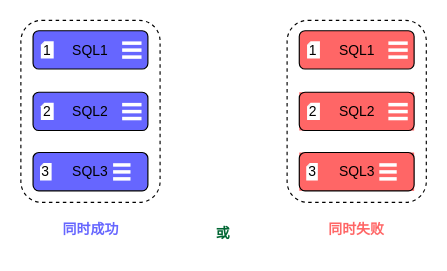
Above: page "事务4" (19 of 20) of mysql.drawio in letengzz/Drawing (draw.io), before the change. Source tidied: cells renumbered, new cells numbered last; positions are measured from the earlier drawing's top-left corner, leaving out a move shared by most shapes. Both pictures are drawn from the tidied source at 116%, with x=0, y=0 at pixel (21, 20).
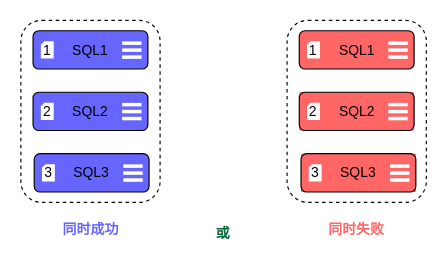
After the change.

Diff of the diagram source:
```diff
@@
+    <mxCell id="21" style="rounded=1;whiteSpace=wrap;html=1;fillColor=none;dashed=1;" parent="1" vertex="1">
+      <mxGeometry x="-0.5" width="120" height="157" as="geometry" />
+    </mxCell>
@@
     <mxCell id="3" style="group;" parent="1" vertex="1">
-      <mxGeometry x="10" y="9" width="99" height="33" as="geometry" />
+      <mxGeometry x="10" y="9" width="237" height="106" as="geometry" />
     </mxCell>
@@
-    <mxCell id="15" style="group;" parent="1" vertex="1">
-      <mxGeometry x="10" y="114" width="99" height="33" as="geometry" />
-    </mxCell>
-    <mxCell id="16" value="SQL3" style="rounded=1;whiteSpace=wrap;html=1;fillColor=#6666FF;" parent="15" vertex="1">
-      <mxGeometry width="99" height="33" as="geometry" />
-    </mxCell>
-    <mxCell id="17" value="3" style="shape=note;whiteSpace=wrap;html=1;backgroundOutline=1;darkOpacity=0.05;rotation=0;flipV=0;flipH=1;size=3;strokeColor=none;gradientColor=none;fillColor=#FFFFFF;" parent="15" vertex="1">
-      <mxGeometry x="6" y="9" width="10" height="15" as="geometry" />
-    </mxCell>
-    <mxCell id="18" style="rounded=0;whiteSpace=wrap;html=1;strokeColor=none;" parent="15" vertex="1">
-      <mxGeometry x="69" y="9.2" width="15" height="3" as="geometry" />
-    </mxCell>
-    <mxCell id="19" style="rounded=0;whiteSpace=wrap;html=1;strokeColor=none;" parent="15" vertex="1">
-      <mxGeometry x="69" y="15.2" width="15" height="3" as="geometry" />
-    </mxCell>
-    <mxCell id="20" style="rounded=0;whiteSpace=wrap;html=1;strokeColor=none;" parent="15" vertex="1">
-      <mxGeometry x="69" y="21.2" width="15" height="3" as="geometry" />
-    </mxCell>
-    <mxCell id="21" style="rounded=1;whiteSpace=wrap;html=1;fillColor=none;dashed=1;" parent="1" vertex="1">
-      <mxGeometry x="-0.5" width="120" height="157" as="geometry" />
-    </mxCell>
@@
-    <mxCell id="35" style="group;fillColor=#FF6666;" parent="1" vertex="1">
-      <mxGeometry x="239.5" y="114" width="99" height="33" as="geometry" />
-    </mxCell>
-    <mxCell id="36" value="SQL3" style="rounded=1;whiteSpace=wrap;html=1;fillColor=#FF6666;" parent="35" vertex="1">
-      <mxGeometry width="99" height="33" as="geometry" />
-    </mxCell>
-    <mxCell id="37" value="3" style="shape=note;whiteSpace=wrap;html=1;backgroundOutline=1;darkOpacity=0.05;rotation=0;flipV=0;flipH=1;size=3;strokeColor=none;gradientColor=none;fillColor=#FFFFFF;" parent="35" vertex="1">
-      <mxGeometry x="6" y="9" width="10" height="15" as="geometry" />
-    </mxCell>
-    <mxCell id="38" style="rounded=0;whiteSpace=wrap;html=1;strokeColor=none;" parent="35" vertex="1">
-      <mxGeometry x="69" y="9.2" width="15" height="3" as="geometry" />
-    </mxCell>
-    <mxCell id="39" style="rounded=0;whiteSpace=wrap;html=1;strokeColor=none;" parent="35" vertex="1">
-      <mxGeometry x="69" y="15.2" width="15" height="3" as="geometry" />
-    </mxCell>
-    <mxCell id="40" style="rounded=0;whiteSpace=wrap;html=1;strokeColor=none;" parent="35" vertex="1">
-      <mxGeometry x="69" y="21.2" width="15" height="3" as="geometry" />
-    </mxCell>
@@
+    <mxCell id="43" style="group;" parent="1" vertex="1">
+      <mxGeometry x="11" y="115" width="99" height="33" as="geometry" />
+    </mxCell>
+    <mxCell id="16" value="SQL3" style="rounded=1;whiteSpace=wrap;html=1;fillColor=#6666FF;" parent="43" vertex="1">
+      <mxGeometry width="99" height="33" as="geometry" />
+    </mxCell>
+    <mxCell id="44" value="3" style="shape=note;whiteSpace=wrap;html=1;backgroundOutline=1;darkOpacity=0.05;rotation=0;flipV=0;flipH=1;size=3;strokeColor=none;gradientColor=none;fillColor=#FFFFFF;" parent="43" vertex="1">
+      <mxGeometry x="6.7" y="9" width="11.1" height="15" as="geometry" />
+    </mxCell>
+    <mxCell id="45" style="rounded=0;whiteSpace=wrap;html=1;strokeColor=none;" parent="43" vertex="1">
+      <mxGeometry x="76.8" y="9.2" width="16.7" height="3" as="geometry" />
+    </mxCell>
+    <mxCell id="46" style="rounded=0;whiteSpace=wrap;html=1;strokeColor=none;" parent="43" vertex="1">
+      <mxGeometry x="76.8" y="15.2" width="16.7" height="3" as="geometry" />
+    </mxCell>
+    <mxCell id="47" style="rounded=0;whiteSpace=wrap;html=1;strokeColor=none;" parent="43" vertex="1">
+      <mxGeometry x="76.8" y="21.2" width="16.7" height="3" as="geometry" />
+    </mxCell>
+    <mxCell id="48" style="group;fillColor=#FF6666;" parent="1" vertex="1">
+      <mxGeometry x="241" y="115" width="99" height="33" as="geometry" />
+    </mxCell>
+    <mxCell id="36" value="SQL3" style="rounded=1;whiteSpace=wrap;html=1;fillColor=#FF6666;" parent="48" vertex="1">
+      <mxGeometry width="99" height="33" as="geometry" />
+    </mxCell>
+    <mxCell id="49" value="3" style="shape=note;whiteSpace=wrap;html=1;backgroundOutline=1;darkOpacity=0.05;rotation=0;flipV=0;flipH=1;size=3;strokeColor=none;gradientColor=none;fillColor=#FFFFFF;" parent="48" vertex="1">
+      <mxGeometry x="6.7" y="9" width="11.1" height="15" as="geometry" />
+    </mxCell>
+    <mxCell id="50" style="rounded=0;whiteSpace=wrap;html=1;strokeColor=none;" parent="48" vertex="1">
+      <mxGeometry x="76.8" y="9.2" width="16.7" height="3" as="geometry" />
+    </mxCell>
+    <mxCell id="51" style="rounded=0;whiteSpace=wrap;html=1;strokeColor=none;" parent="48" vertex="1">
+      <mxGeometry x="76.8" y="15.2" width="16.7" height="3" as="geometry" />
+    </mxCell>
+    <mxCell id="52" style="rounded=0;whiteSpace=wrap;html=1;strokeColor=none;" parent="48" vertex="1">
+      <mxGeometry x="76.8" y="21.2" width="16.7" height="3" as="geometry" />
+    </mxCell>
```
